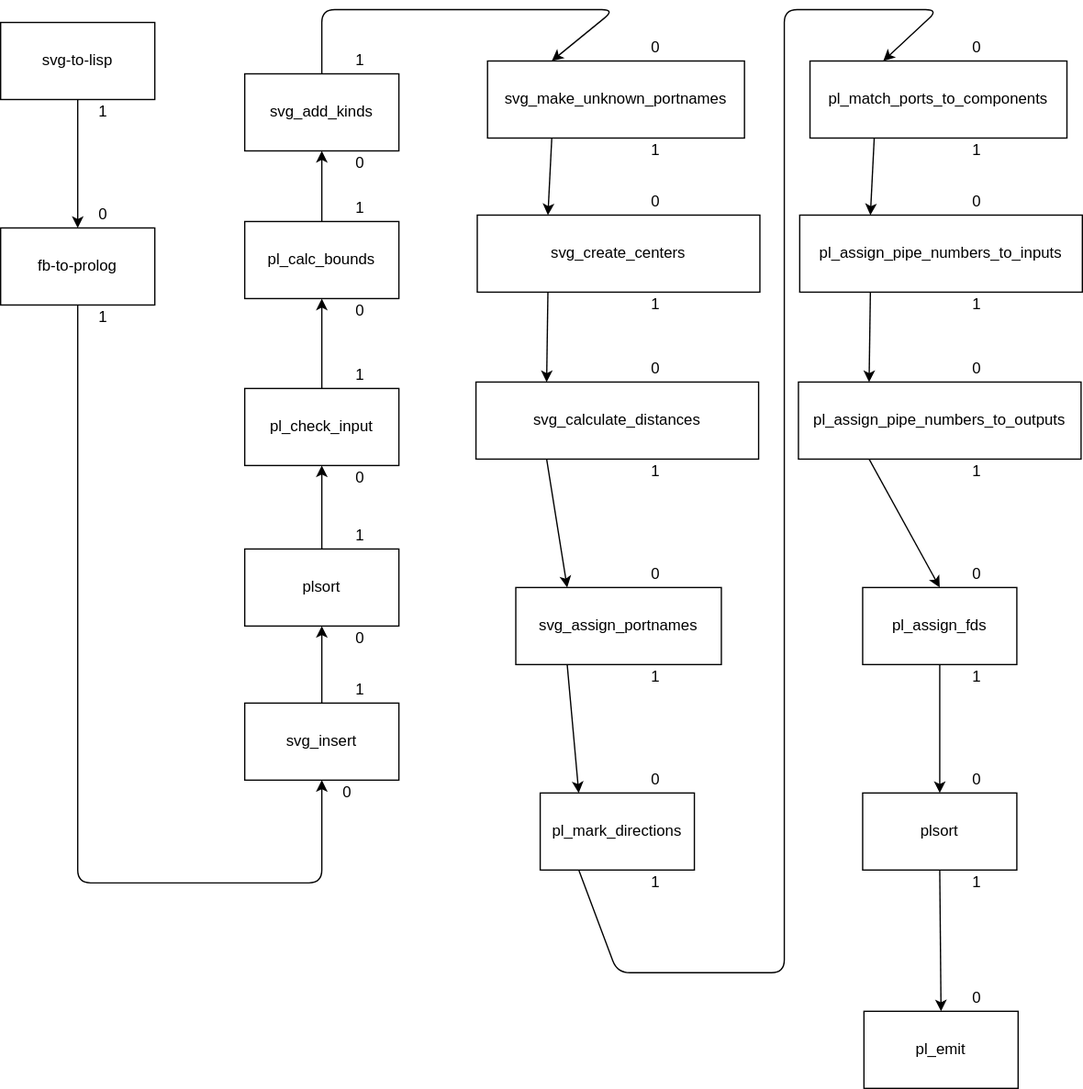
bmfbp/bmfbp keeps this draw.io diagram as svg/svg_compiler.svg. Above is the earlier version. Source tidied: cells renumbered, new cells last; positions are measured from the earlier drawing's top-left corner, leaving out a move shared by most shapes.
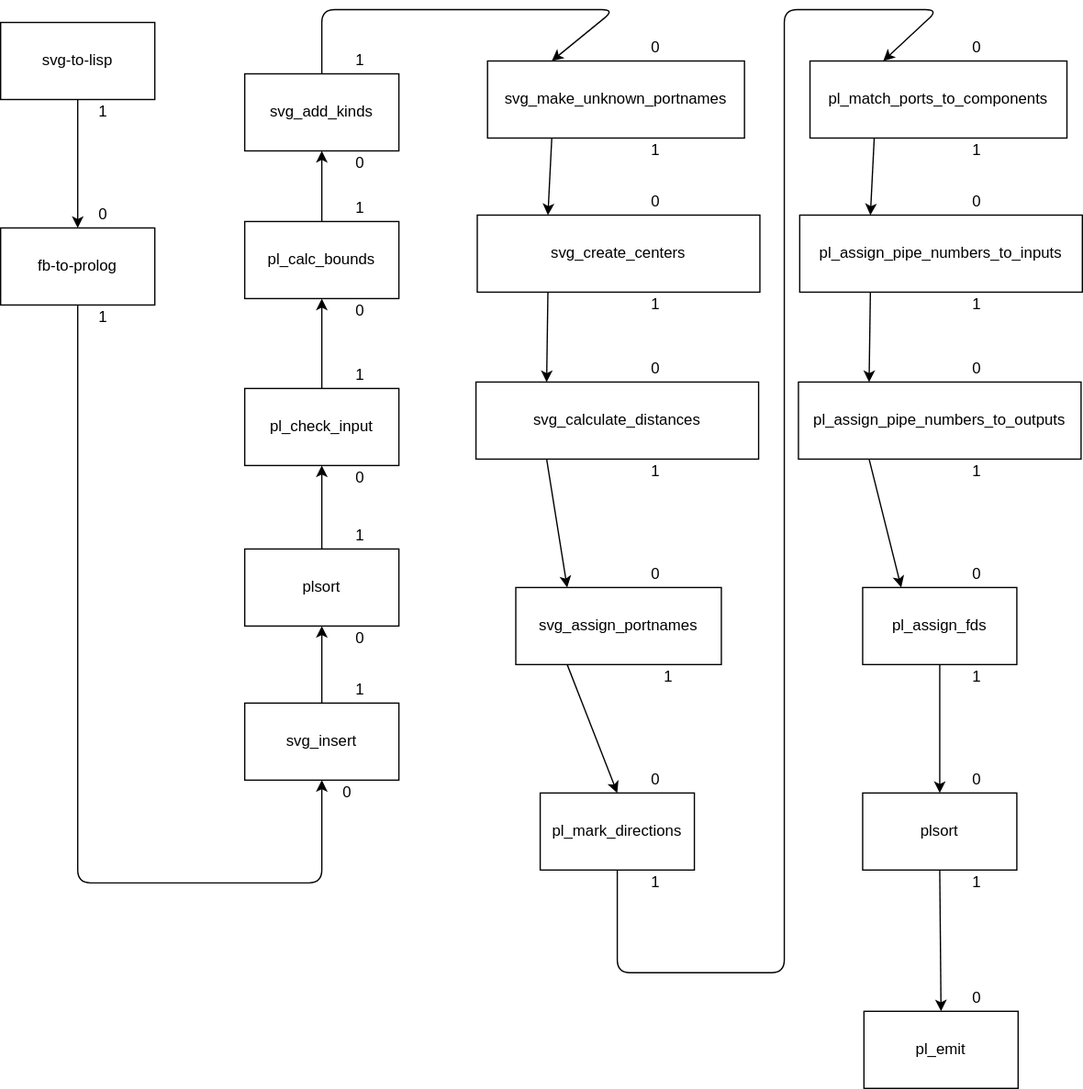
Above is the later version.

Commit message:
wip: wider boxes seem to give some kind of problem

The edit, as a diff of the source:
```diff
@@ -34,7 +34,7 @@
         <mxPoint x="425" y="350" as="sourcePoint" />
       </mxGeometry>
     </mxCell>
-    <mxCell id="12" style="endArrow=classic;entryX=0.25;entryY=0;exitX=0.25;exitY=1;" parent="1" edge="1" source="8" target="9">
+    <mxCell id="12" style="endArrow=classic;entryX=0.5;entryY=0;exitX=0.25;exitY=1;" parent="1" edge="1" source="8" target="9">
       <mxGeometry relative="1" as="geometry" />
     </mxCell>
     <mxCell id="13" value="1" style="text;strokeColor=none;fillColor=none;align=center;verticalAlign=middle;rounded=0;" parent="1" vertex="1">
@@ -71,7 +71,7 @@
       <mxGeometry x="490" y="220" width="40" height="20" as="geometry" />
     </mxCell>
     <mxCell id="24" value="1" style="text;strokeColor=none;fillColor=none;align=center;verticalAlign=middle;rounded=0;" parent="1" vertex="1">
-      <mxGeometry x="490" y="510" width="40" height="20" as="geometry" />
+      <mxGeometry x="500" y="510" width="40" height="20" as="geometry" />
     </mxCell>
     <mxCell id="25" value="1" style="text;strokeColor=none;fillColor=none;align=center;verticalAlign=middle;rounded=0;" parent="1" vertex="1">
       <mxGeometry x="490" y="100" width="40" height="20" as="geometry" />
@@ -136,7 +136,7 @@
     <mxCell id="45" style="endArrow=classic;entryX=0.25;entryY=0;exitX=0.25;exitY=1;" parent="1" edge="1" source="41" target="42">
       <mxGeometry relative="1" as="geometry" />
     </mxCell>
-    <mxCell id="46" style="endArrow=classic;entryX=0.5;entryY=0;exitX=0.25;exitY=1;" parent="1" edge="1" source="42" target="43">
+    <mxCell id="46" style="endArrow=classic;entryX=0.25;entryY=0;exitX=0.25;exitY=1;" parent="1" edge="1" source="42" target="43">
       <mxGeometry relative="1" as="geometry" />
     </mxCell>
     <mxCell id="47" style="endArrow=classic;entryX=0.5;entryY=0;exitX=0.5;exitY=1;" parent="1" edge="1" source="43" target="44">
@@ -203,7 +203,7 @@
     <mxCell id="64" style="endArrow=classic;html=1;entryX=0.25;entryY=0;exitX=0.25;exitY=1;" parent="1" edge="1" source="5" target="6">
       <mxGeometry relative="1" as="geometry" />
     </mxCell>
-    <mxCell id="65" style="endArrow=classic;html=1;entryX=0.285;entryY=0;exitX=0.25;exitY=1;entryPerimeter=0;" parent="1" edge="1" source="9" target="40">
+    <mxCell id="65" style="endArrow=classic;html=1;entryX=0.285;entryY=0;exitX=0.5;exitY=1;entryPerimeter=0;" parent="1" edge="1" source="9" target="40">
       <mxGeometry relative="1" as="geometry">
         <Array as="points">
           <mxPoint x="480" y="750" />
```
